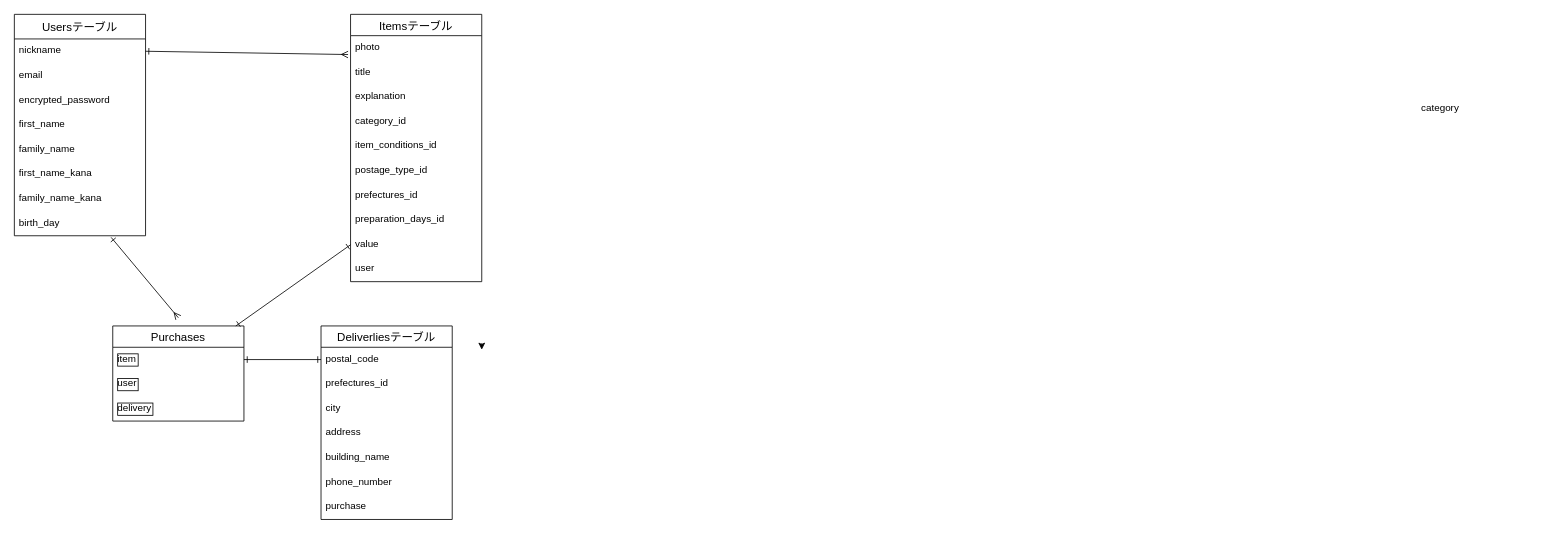
Above: furima.dio in kazu-oku1/furima-37537 (draw.io), before the change. Source tidied: cells renumbered, new cells numbered last; positions are measured from the earlier drawing's top-left corner, leaving out a move shared by most shapes. Both pictures are drawn from the tidied source at 82%, with x=0, y=0 at pixel (14, 14).
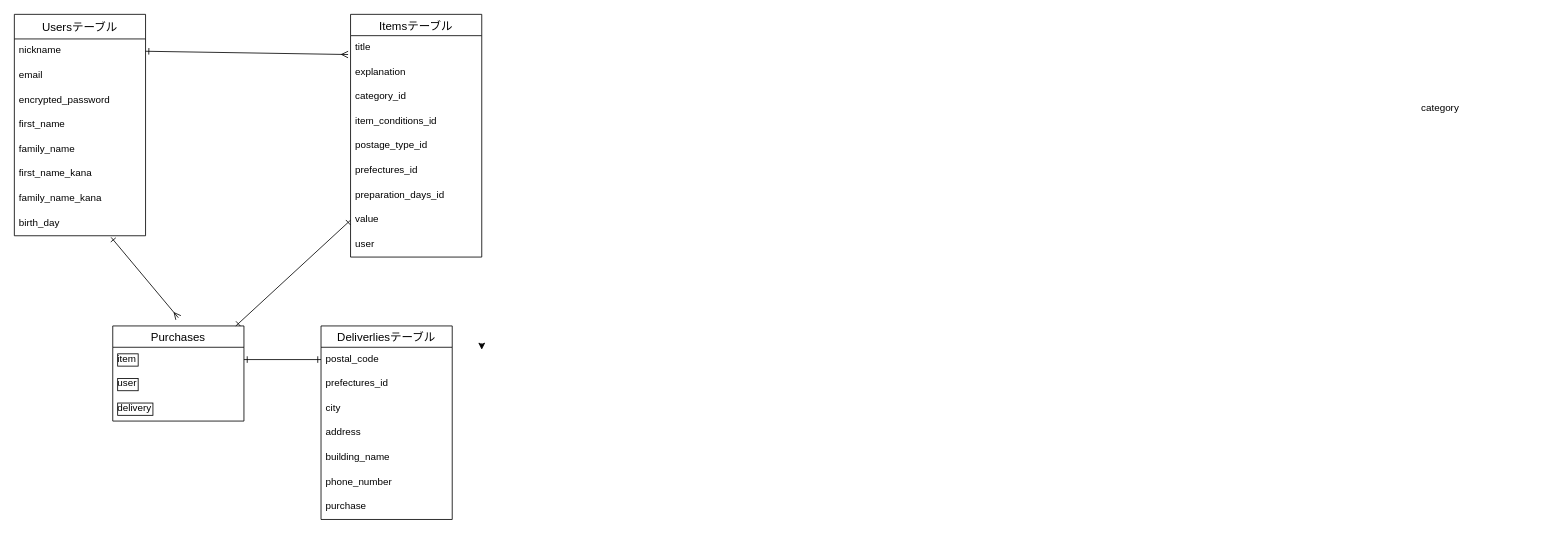
The same diagram, later.

The change refers to these unchanged cells:
```xml
<mxCell id="3" value="nickname" style="text;strokeColor=none;fillColor=none;spacingLeft=4;spacingRight=4;overflow=hidden;points=[[0,0.5],[1,0.5]];portConstraint=eastwest;fontSize=12;" parent="2" vertex="1">
  <mxGeometry y="30" width="160" height="30" as="geometry" />
</mxCell>
```

What changed in the source:
```diff
@@
     <mxCell id="15" value="Itemsテーブル" style="swimlane;fontStyle=0;horizontal=1;startSize=26;align=center;fontSize=14;" parent="1" vertex="1">
-      <mxGeometry x="410" width="160" height="326" as="geometry" />
+      <mxGeometry x="410" width="160" height="296" as="geometry" />
     </mxCell>
-    <mxCell id="16" value="photo" style="text;strokeColor=none;fillColor=none;spacingLeft=4;spacingRight=4;overflow=hidden;points=[[0,0.5],[1,0.5]];portConstraint=eastwest;fontSize=12;" parent="15" vertex="1">
-      <mxGeometry y="26" width="160" height="30" as="geometry" />
-    </mxCell>
     <mxCell id="17" value="title    &#10;" style="text;strokeColor=none;fillColor=none;spacingLeft=4;spacingRight=4;overflow=hidden;fontSize=12;" parent="15" vertex="1">
-      <mxGeometry y="56" width="160" height="30" as="geometry" />
+      <mxGeometry y="26" width="160" height="30" as="geometry" />
     </mxCell>
     <mxCell id="18" value="explanation" style="text;strokeColor=none;fillColor=none;spacingLeft=4;spacingRight=4;overflow=hidden;fontSize=12;" parent="15" vertex="1">
-      <mxGeometry y="86" width="160" height="30" as="geometry" />
+      <mxGeometry y="56" width="160" height="30" as="geometry" />
     </mxCell>
     <mxCell id="19" value="category_id" style="text;strokeColor=none;fillColor=none;spacingLeft=4;spacingRight=4;overflow=hidden;fontSize=12;" parent="15" vertex="1">
-      <mxGeometry y="116" width="160" height="30" as="geometry" />
+      <mxGeometry y="86" width="160" height="30" as="geometry" />
     </mxCell>
     <mxCell id="20" value="item_conditions_id" style="text;strokeColor=none;fillColor=none;spacingLeft=4;spacingRight=4;overflow=hidden;fontSize=12;" parent="15" vertex="1">
-      <mxGeometry y="146" width="160" height="30" as="geometry" />
+      <mxGeometry y="116" width="160" height="30" as="geometry" />
     </mxCell>
     <mxCell id="21" value="postage_type_id" style="text;strokeColor=none;fillColor=none;spacingLeft=4;spacingRight=4;overflow=hidden;fontSize=12;" parent="15" vertex="1">
-      <mxGeometry y="176" width="160" height="30" as="geometry" />
+      <mxGeometry y="146" width="160" height="30" as="geometry" />
     </mxCell>
     <mxCell id="22" value="prefectures_id" style="text;strokeColor=none;fillColor=none;spacingLeft=4;spacingRight=4;overflow=hidden;fontSize=12;" parent="15" vertex="1">
-      <mxGeometry y="206" width="160" height="30" as="geometry" />
+      <mxGeometry y="176" width="160" height="30" as="geometry" />
     </mxCell>
     <mxCell id="23" value="preparation_days_id" style="text;strokeColor=none;fillColor=none;spacingLeft=4;spacingRight=4;overflow=hidden;fontSize=12;html=1;" parent="15" vertex="1">
-      <mxGeometry y="236" width="160" height="30" as="geometry" />
+      <mxGeometry y="206" width="160" height="30" as="geometry" />
     </mxCell>
     <mxCell id="24" value="value&#10;    " style="text;strokeColor=none;fillColor=none;spacingLeft=4;spacingRight=4;overflow=hidden;points=[[0,0.5],[1,0.5]];portConstraint=eastwest;fontSize=12;" parent="15" vertex="1">
-      <mxGeometry y="266" width="160" height="30" as="geometry" />
+      <mxGeometry y="236" width="160" height="30" as="geometry" />
     </mxCell>
     <mxCell id="25" value="user" style="text;strokeColor=none;fillColor=none;spacingLeft=4;spacingRight=4;overflow=hidden;fontSize=12;" parent="15" vertex="1">
-      <mxGeometry y="296" width="160" height="30" as="geometry" />
+      <mxGeometry y="266" width="160" height="30" as="geometry" />
     </mxCell>
@@
-    <mxCell id="38" style="edgeStyle=none;html=1;exitX=1;exitY=0.5;exitDx=0;exitDy=0;entryX=-0.019;entryY=0.767;entryDx=0;entryDy=0;entryPerimeter=0;startArrow=ERone;startFill=0;endArrow=ERmany;endFill=0;" parent="1" edge="1" source="3" target="16">
-      <mxGeometry relative="1" as="geometry" />
+    <mxCell id="38" style="edgeStyle=none;html=1;exitX=1;exitY=0.5;exitDx=0;exitDy=0;entryX=-0.019;entryY=0.767;entryDx=0;entryDy=0;entryPerimeter=0;startArrow=ERone;startFill=0;endArrow=ERmany;endFill=0;" parent="1" edge="1" source="3">
+      <mxGeometry relative="1" as="geometry">
+        <mxPoint x="407" y="49" as="targetPoint" />
+      </mxGeometry>
     </mxCell>
```
